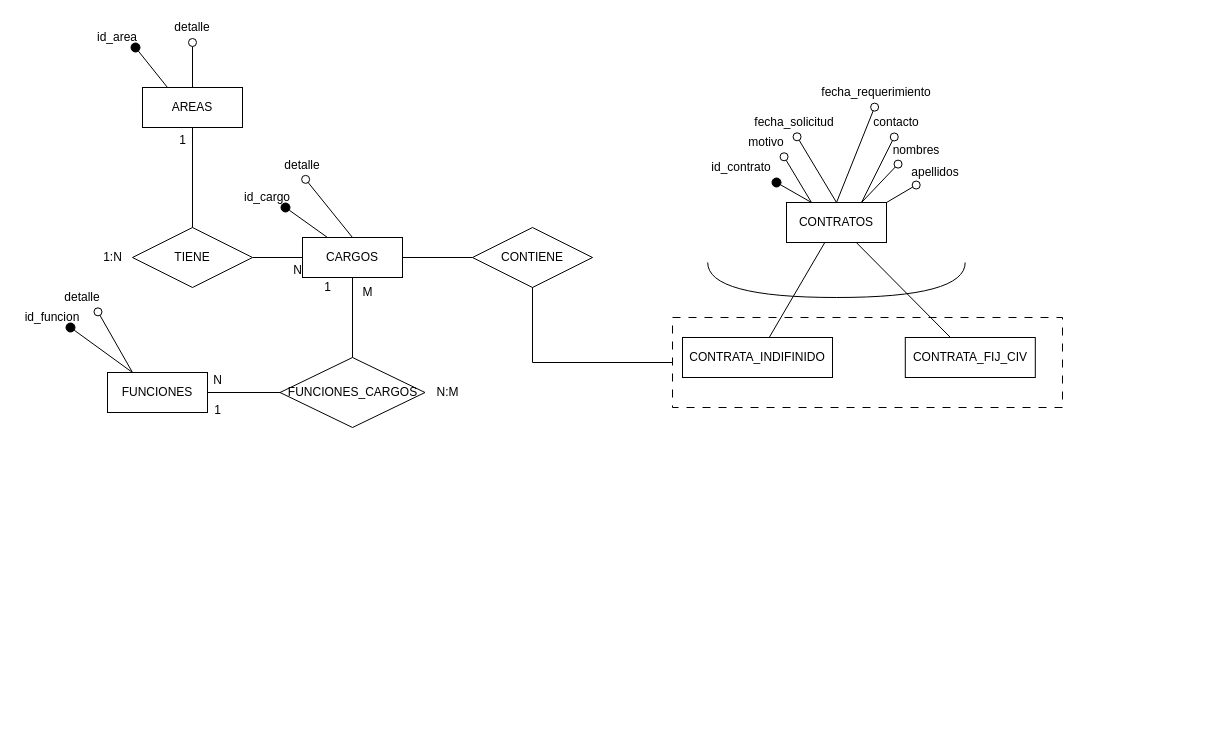
Before: Diagrama SRH.drawio in tomyivan/diagramas-DB, a draw.io diagram. Source tidied: cells renumbered, new cells numbered last; positions are measured from the earlier drawing's top-left corner, leaving out a move shared by most shapes. Both pictures are drawn from the tidied source at 100%, with x=0, y=0 at pixel (17, 17).
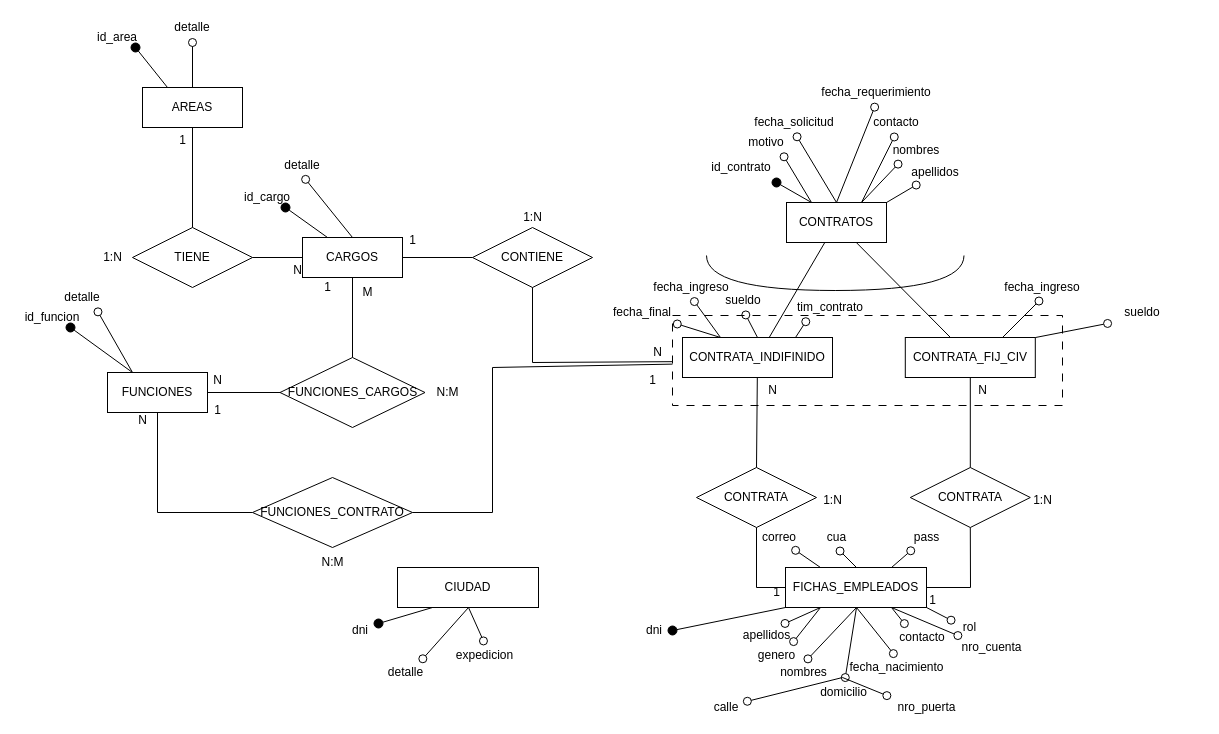
The same page after the edit.

The change refers to these unchanged cells:
```xml
<mxCell id="3" value="CONTRATA_INDIFINIDO" style="whiteSpace=wrap;html=1;align=center;" parent="1" vertex="1">
  <mxGeometry x="665" y="320" width="150" height="40" as="geometry" />
</mxCell>
<mxCell id="4" value="CONTRATA_FIJ_CIV" style="whiteSpace=wrap;html=1;align=center;" parent="1" vertex="1">
  <mxGeometry x="887.8" y="320" width="130" height="40" as="geometry" />
</mxCell>
<mxCell id="23" value="FUNCIONES" style="whiteSpace=wrap;html=1;align=center;" parent="1" vertex="1">
  <mxGeometry x="90" y="355" width="100" height="40" as="geometry" />
</mxCell>
```

Change to the diagram source:
```diff
@@
     <mxCell id="7" style="shape=requiredInterface;html=1;verticalLabelPosition=bottom;sketch=0;direction=south;" parent="1" vertex="1">
-      <mxGeometry x="690.2" y="245" width="257.5" height="35" as="geometry" />
+      <mxGeometry x="689" y="238" width="257.5" height="35" as="geometry" />
     </mxCell>
@@
     <mxCell id="51" style="whiteSpace=wrap;html=1;fillColor=none;dashed=1;dashPattern=8 8;" parent="1" vertex="1">
-      <mxGeometry x="655" y="300" width="390" height="90" as="geometry" />
+      <mxGeometry x="655" y="298" width="390" height="90" as="geometry" />
     </mxCell>
@@
+    <mxCell id="55" value="1" style="text;html=1;align=center;verticalAlign=middle;strokeColor=none;fillColor=none;" parent="1" vertex="1">
+      <mxGeometry x="380" y="208" width="30" height="30" as="geometry" />
+    </mxCell>
+    <mxCell id="56" value="N" style="text;html=1;align=center;verticalAlign=middle;strokeColor=none;fillColor=none;" parent="1" vertex="1">
+      <mxGeometry x="625" y="320" width="30" height="30" as="geometry" />
+    </mxCell>
+    <mxCell id="57" value="1:N" style="text;html=1;align=center;verticalAlign=middle;strokeColor=none;fillColor=none;" parent="1" vertex="1">
+      <mxGeometry x="495" y="185" width="40" height="30" as="geometry" />
+    </mxCell>
+    <mxCell id="58" value="fecha_ingreso" style="whiteSpace=wrap;html=1;align=center;strokeColor=none;fillColor=none;" parent="1" vertex="1">
+      <mxGeometry x="965" y="260" width="120" height="20" as="geometry" />
+    </mxCell>
+    <mxCell id="59" style="endArrow=circle;html=1;rounded=0;strokeColor=default;shadow=0;startFill=0;fillOpacity=100;endFill=0;snapToPoint=1;fixDash=1;backgroundOutline=1;comic=0;jiggle=1;enumerate=0;orthogonal=0;strokeOpacity=100;arcSize=210;startArrow=none;strokeWidth=1;startSize=0;endSize=3;" parent="1" edge="1" source="4" target="58">
+      <mxGeometry relative="1" as="geometry" />
+    </mxCell>
+    <mxCell id="60" style="endArrow=circle;html=1;rounded=0;strokeColor=default;shadow=0;startFill=0;fillOpacity=100;endFill=0;snapToPoint=1;fixDash=1;backgroundOutline=1;comic=0;jiggle=1;enumerate=0;orthogonal=0;strokeOpacity=100;arcSize=210;startArrow=none;strokeWidth=1;startSize=0;endSize=3;" parent="1" edge="1" source="4" target="61">
+      <mxGeometry relative="1" as="geometry" />
+    </mxCell>
+    <mxCell id="61" value="sueldo" style="whiteSpace=wrap;html=1;align=center;strokeColor=none;fillColor=none;" parent="1" vertex="1">
+      <mxGeometry x="1065" y="285" width="120" height="20" as="geometry" />
+    </mxCell>
+    <mxCell id="62" value="fecha_ingreso" style="whiteSpace=wrap;html=1;align=center;strokeColor=none;fillColor=none;" parent="1" vertex="1">
+      <mxGeometry x="629" y="260" width="90" height="20" as="geometry" />
+    </mxCell>
+    <mxCell id="63" value="sueldo" style="whiteSpace=wrap;html=1;align=center;strokeColor=none;fillColor=none;" parent="1" vertex="1">
+      <mxGeometry x="693" y="273" width="66" height="20" as="geometry" />
+    </mxCell>
+    <mxCell id="64" style="endArrow=circle;html=1;rounded=0;strokeColor=default;shadow=0;startFill=0;fillOpacity=100;endFill=0;snapToPoint=1;fixDash=1;backgroundOutline=1;comic=0;jiggle=1;enumerate=0;orthogonal=0;strokeOpacity=100;arcSize=210;startArrow=none;strokeWidth=1;startSize=0;endSize=3;" parent="1" edge="1" source="3" target="63">
+      <mxGeometry relative="1" as="geometry" />
+    </mxCell>
+    <mxCell id="65" style="endArrow=circle;html=1;rounded=0;strokeColor=default;shadow=0;startFill=0;fillOpacity=100;endFill=0;snapToPoint=1;fixDash=1;backgroundOutline=1;comic=0;jiggle=1;enumerate=0;orthogonal=0;strokeOpacity=100;arcSize=210;startArrow=none;strokeWidth=1;startSize=0;endSize=3;" parent="1" edge="1" source="3" target="62">
+      <mxGeometry relative="1" as="geometry" />
+    </mxCell>
+    <mxCell id="66" value="fecha_final" style="whiteSpace=wrap;html=1;align=center;strokeColor=none;fillColor=none;" parent="1" vertex="1">
+      <mxGeometry x="565" y="285" width="120" height="20" as="geometry" />
+    </mxCell>
+    <mxCell id="67" style="endArrow=circle;html=1;rounded=0;strokeColor=default;shadow=0;startFill=0;fillOpacity=100;endFill=0;snapToPoint=1;fixDash=1;backgroundOutline=1;comic=0;jiggle=1;enumerate=0;orthogonal=0;strokeOpacity=100;arcSize=210;startArrow=none;strokeWidth=1;startSize=0;endSize=3;" parent="1" edge="1" source="3" target="66">
+      <mxGeometry relative="1" as="geometry" />
+    </mxCell>
+    <mxCell id="68" value="tim_contrato" style="whiteSpace=wrap;html=1;align=center;strokeColor=none;fillColor=none;" parent="1" vertex="1">
+      <mxGeometry x="768" y="280" width="90" height="20" as="geometry" />
+    </mxCell>
+    <mxCell id="69" style="endArrow=circle;html=1;rounded=0;strokeColor=default;shadow=0;startFill=0;fillOpacity=100;endFill=0;snapToPoint=1;fixDash=1;backgroundOutline=1;comic=0;jiggle=1;enumerate=0;orthogonal=0;strokeOpacity=100;arcSize=210;startArrow=none;strokeWidth=1;startSize=0;endSize=3;" parent="1" edge="1" source="3" target="68">
+      <mxGeometry relative="1" as="geometry" />
+    </mxCell>
+    <mxCell id="70" value="FUNCIONES_CONTRATO" style="shape=rhombus;perimeter=rhombusPerimeter;whiteSpace=wrap;html=1;align=center;" parent="1" vertex="1">
+      <mxGeometry x="235" y="460" width="160" height="70" as="geometry" />
+    </mxCell>
+    <mxCell id="71" style="endArrow=none;html=1;rounded=0;entryX=0;entryY=0.5;entryDx=0;entryDy=0;" parent="1" edge="1" source="23" target="70">
+      <mxGeometry relative="1" as="geometry">
+        <Array as="points">
+          <mxPoint x="140" y="495" />
+        </Array>
+      </mxGeometry>
+    </mxCell>
+    <mxCell id="72" style="endArrow=none;html=1;rounded=0;exitX=1;exitY=0.5;exitDx=0;exitDy=0;" parent="1" edge="1" source="70" target="51">
+      <mxGeometry relative="1" as="geometry">
+        <Array as="points">
+          <mxPoint x="475" y="495" />
+          <mxPoint x="475" y="350" />
+        </Array>
+      </mxGeometry>
+    </mxCell>
+    <mxCell id="73" value="1" style="text;html=1;align=center;verticalAlign=middle;strokeColor=none;fillColor=none;" parent="1" vertex="1">
+      <mxGeometry x="620" y="348" width="30" height="30" as="geometry" />
+    </mxCell>
+    <mxCell id="74" value="N" style="text;html=1;align=center;verticalAlign=middle;strokeColor=none;fillColor=none;" parent="1" vertex="1">
+      <mxGeometry x="110" y="388" width="30" height="30" as="geometry" />
+    </mxCell>
+    <mxCell id="75" value="N:M" style="text;html=1;align=center;verticalAlign=middle;strokeColor=none;fillColor=none;" parent="1" vertex="1">
+      <mxGeometry x="290" y="530" width="50" height="30" as="geometry" />
+    </mxCell>
+    <mxCell id="76" value="FICHAS_EMPLEADOS" style="whiteSpace=wrap;html=1;align=center;" parent="1" vertex="1">
+      <mxGeometry x="768" y="550" width="141" height="40" as="geometry" />
+    </mxCell>
+    <mxCell id="77" value="CONTRATA" style="shape=rhombus;perimeter=rhombusPerimeter;whiteSpace=wrap;html=1;align=center;" parent="1" vertex="1">
+      <mxGeometry x="679" y="450" width="120" height="60" as="geometry" />
+    </mxCell>
+    <mxCell id="78" value="CONTRATA" style="shape=rhombus;perimeter=rhombusPerimeter;whiteSpace=wrap;html=1;align=center;" parent="1" vertex="1">
+      <mxGeometry x="892.8" y="450" width="120" height="60" as="geometry" />
+    </mxCell>
+    <mxCell id="79" style="endArrow=none;html=1;rounded=0;entryX=0.5;entryY=0;entryDx=0;entryDy=0;" parent="1" edge="1" source="3" target="77">
+      <mxGeometry relative="1" as="geometry" />
+    </mxCell>
+    <mxCell id="80" style="endArrow=none;html=1;rounded=0;entryX=0.5;entryY=0;entryDx=0;entryDy=0;" parent="1" edge="1" source="4" target="78">
+      <mxGeometry relative="1" as="geometry" />
+    </mxCell>
+    <mxCell id="81" style="endArrow=none;html=1;rounded=0;exitX=0.5;exitY=1;exitDx=0;exitDy=0;" parent="1" edge="1" source="78" target="76">
+      <mxGeometry relative="1" as="geometry">
+        <Array as="points">
+          <mxPoint x="953" y="570" />
+        </Array>
+      </mxGeometry>
+    </mxCell>
+    <mxCell id="82" style="endArrow=none;html=1;rounded=0;exitX=0.5;exitY=1;exitDx=0;exitDy=0;" parent="1" edge="1" source="77" target="76">
+      <mxGeometry relative="1" as="geometry">
+        <Array as="points">
+          <mxPoint x="739" y="570" />
+        </Array>
+      </mxGeometry>
+    </mxCell>
+    <mxCell id="83" value="1" style="text;html=1;align=center;verticalAlign=middle;strokeColor=none;fillColor=none;" parent="1" vertex="1">
+      <mxGeometry x="744" y="560" width="30" height="30" as="geometry" />
+    </mxCell>
+    <mxCell id="84" value="N" style="text;html=1;align=center;verticalAlign=middle;strokeColor=none;fillColor=none;" parent="1" vertex="1">
+      <mxGeometry x="740" y="358" width="30" height="30" as="geometry" />
+    </mxCell>
+    <mxCell id="85" value="1" style="text;html=1;align=center;verticalAlign=middle;strokeColor=none;fillColor=none;" parent="1" vertex="1">
+      <mxGeometry x="900" y="568" width="30" height="30" as="geometry" />
+    </mxCell>
+    <mxCell id="86" value="N" style="text;html=1;align=center;verticalAlign=middle;strokeColor=none;fillColor=none;" parent="1" vertex="1">
+      <mxGeometry x="950" y="358" width="30" height="30" as="geometry" />
+    </mxCell>
+    <mxCell id="87" value="1:N" style="text;html=1;align=center;verticalAlign=middle;strokeColor=none;fillColor=none;" parent="1" vertex="1">
+      <mxGeometry x="1005" y="468" width="40" height="30" as="geometry" />
+    </mxCell>
+    <mxCell id="88" value="1:N" style="text;html=1;align=center;verticalAlign=middle;strokeColor=none;fillColor=none;" parent="1" vertex="1">
+      <mxGeometry x="795" y="468" width="40" height="30" as="geometry" />
+    </mxCell>
+    <mxCell id="89" style="endArrow=circle;html=1;rounded=0;strokeColor=default;shadow=0;startFill=0;fillOpacity=100;endFill=0;snapToPoint=1;fixDash=1;backgroundOutline=1;comic=0;jiggle=1;enumerate=0;orthogonal=0;strokeOpacity=100;arcSize=210;startArrow=none;strokeWidth=1;startSize=0;endSize=3;" parent="1" edge="1" source="76" target="92">
+      <mxGeometry relative="1" as="geometry" />
+    </mxCell>
+    <mxCell id="90" value="apellidos" style="whiteSpace=wrap;html=1;align=center;strokeColor=none;fillColor=none;" parent="1" vertex="1">
+      <mxGeometry x="721.5" y="608" width="55" height="20" as="geometry" />
+    </mxCell>
+    <mxCell id="91" style="endArrow=circle;html=1;rounded=0;strokeColor=default;shadow=0;startFill=0;fillOpacity=100;endFill=0;snapToPoint=1;fixDash=1;backgroundOutline=1;comic=0;jiggle=1;enumerate=0;orthogonal=0;strokeOpacity=100;arcSize=210;startArrow=none;strokeWidth=1;startSize=0;endSize=3;" parent="1" edge="1" source="76" target="90">
+      <mxGeometry relative="1" as="geometry" />
+    </mxCell>
+    <mxCell id="92" value="nombres" style="whiteSpace=wrap;html=1;align=center;strokeColor=none;fillColor=none;" parent="1" vertex="1">
+      <mxGeometry x="759" y="645" width="55" height="20" as="geometry" />
+    </mxCell>
+    <mxCell id="93" style="endArrow=none;html=1;rounded=0;shadow=0;startFill=1;fillOpacity=100;endFill=1;snapToPoint=1;fixDash=1;backgroundOutline=1;comic=0;jiggle=1;enumerate=0;orthogonal=0;strokeOpacity=100;arcSize=210;startArrow=oval;strokeWidth=1;startSize=9;" parent="1" edge="1" source="94" target="76">
+      <mxGeometry relative="1" as="geometry" />
+    </mxCell>
+    <mxCell id="94" value="dni" style="whiteSpace=wrap;html=1;align=center;strokeColor=none;fillColor=none;" parent="1" vertex="1">
+      <mxGeometry x="619" y="598" width="36" height="30" as="geometry" />
+    </mxCell>
+    <mxCell id="95" value="fecha_nacimiento" style="whiteSpace=wrap;html=1;align=center;strokeColor=none;fillColor=none;" parent="1" vertex="1">
+      <mxGeometry x="831.5" y="640" width="95" height="20" as="geometry" />
+    </mxCell>
+    <mxCell id="96" style="endArrow=circle;html=1;rounded=0;strokeColor=default;shadow=0;startFill=0;fillOpacity=100;endFill=0;snapToPoint=1;fixDash=1;backgroundOutline=1;comic=0;jiggle=1;enumerate=0;orthogonal=0;strokeOpacity=100;arcSize=210;startArrow=none;strokeWidth=1;startSize=0;endSize=3;" parent="1" edge="1" source="76" target="95">
+      <mxGeometry relative="1" as="geometry" />
+    </mxCell>
+    <mxCell id="97" value="genero" style="whiteSpace=wrap;html=1;align=center;strokeColor=none;fillColor=none;" parent="1" vertex="1">
+      <mxGeometry x="731.5" y="628" width="55" height="20" as="geometry" />
+    </mxCell>
+    <mxCell id="98" style="endArrow=circle;html=1;rounded=0;strokeColor=default;shadow=0;startFill=0;fillOpacity=100;endFill=0;snapToPoint=1;fixDash=1;backgroundOutline=1;comic=0;jiggle=1;enumerate=0;orthogonal=0;strokeOpacity=100;arcSize=210;startArrow=none;strokeWidth=1;startSize=0;endSize=3;" parent="1" edge="1" source="76" target="97">
+      <mxGeometry relative="1" as="geometry" />
+    </mxCell>
+    <mxCell id="99" value="domicilio" style="whiteSpace=wrap;html=1;align=center;strokeColor=none;fillColor=none;" parent="1" vertex="1">
+      <mxGeometry x="779" y="665" width="95" height="20" as="geometry" />
+    </mxCell>
+    <mxCell id="100" style="endArrow=circle;html=1;rounded=0;strokeColor=default;shadow=0;startFill=0;fillOpacity=100;endFill=0;snapToPoint=1;fixDash=1;backgroundOutline=1;comic=0;jiggle=1;enumerate=0;orthogonal=0;strokeOpacity=100;arcSize=210;startArrow=none;strokeWidth=1;startSize=0;endSize=3;" parent="1" edge="1" source="76" target="99">
+      <mxGeometry relative="1" as="geometry" />
+    </mxCell>
+    <mxCell id="101" style="endArrow=circle;html=1;rounded=0;strokeColor=default;shadow=0;startFill=0;fillOpacity=100;endFill=0;snapToPoint=1;fixDash=1;backgroundOutline=1;comic=0;jiggle=1;enumerate=0;orthogonal=0;strokeOpacity=100;arcSize=210;startArrow=none;strokeWidth=1;startSize=0;endSize=3;" parent="1" edge="1" target="103">
+      <mxGeometry relative="1" as="geometry">
+        <mxPoint x="825" y="660" as="sourcePoint" />
+      </mxGeometry>
+    </mxCell>
+    <mxCell id="102" style="endArrow=circle;html=1;rounded=0;strokeColor=default;shadow=0;startFill=0;fillOpacity=100;endFill=0;snapToPoint=1;fixDash=1;backgroundOutline=1;comic=0;jiggle=1;enumerate=0;orthogonal=0;strokeOpacity=100;arcSize=210;startArrow=none;strokeWidth=1;startSize=0;endSize=3;" parent="1" edge="1" target="104">
+      <mxGeometry relative="1" as="geometry">
+        <mxPoint x="825" y="660" as="sourcePoint" />
+      </mxGeometry>
+    </mxCell>
+    <mxCell id="103" value="calle" style="whiteSpace=wrap;html=1;align=center;strokeColor=none;fillColor=none;" parent="1" vertex="1">
+      <mxGeometry x="693" y="680" width="32" height="20" as="geometry" />
+    </mxCell>
+    <mxCell id="104" value="nro_puerta" style="whiteSpace=wrap;html=1;align=center;strokeColor=none;fillColor=none;" parent="1" vertex="1">
+      <mxGeometry x="874" y="680" width="71" height="20" as="geometry" />
+    </mxCell>
+    <mxCell id="105" value="contacto" style="whiteSpace=wrap;html=1;align=center;strokeColor=none;fillColor=none;" parent="1" vertex="1">
+      <mxGeometry x="874" y="610" width="62.2" height="20" as="geometry" />
+    </mxCell>
+    <mxCell id="106" style="endArrow=circle;html=1;rounded=0;strokeColor=default;shadow=0;startFill=0;fillOpacity=100;endFill=0;snapToPoint=1;fixDash=1;backgroundOutline=1;comic=0;jiggle=1;enumerate=0;orthogonal=0;strokeOpacity=100;arcSize=210;startArrow=none;strokeWidth=1;startSize=0;endSize=3;" parent="1" edge="1" source="76" target="105">
+      <mxGeometry relative="1" as="geometry" />
+    </mxCell>
+    <mxCell id="107" value="correo" style="whiteSpace=wrap;html=1;align=center;strokeColor=none;fillColor=none;" parent="1" vertex="1">
+      <mxGeometry x="736.5" y="510" width="50" height="20" as="geometry" />
+    </mxCell>
+    <mxCell id="108" style="endArrow=circle;html=1;rounded=0;strokeColor=default;shadow=0;startFill=0;fillOpacity=100;endFill=0;snapToPoint=1;fixDash=1;backgroundOutline=1;comic=0;jiggle=1;enumerate=0;orthogonal=0;strokeOpacity=100;arcSize=210;startArrow=none;strokeWidth=1;startSize=0;endSize=3;" parent="1" edge="1" source="76" target="107">
+      <mxGeometry relative="1" as="geometry" />
+    </mxCell>
+    <mxCell id="109" value="nro_cuenta" style="whiteSpace=wrap;html=1;align=center;strokeColor=none;fillColor=none;" parent="1" vertex="1">
+      <mxGeometry x="945" y="620" width="58.8" height="20" as="geometry" />
+    </mxCell>
+    <mxCell id="110" style="endArrow=circle;html=1;rounded=0;strokeColor=default;shadow=0;startFill=0;fillOpacity=100;endFill=0;snapToPoint=1;fixDash=1;backgroundOutline=1;comic=0;jiggle=1;enumerate=0;orthogonal=0;strokeOpacity=100;arcSize=210;startArrow=none;strokeWidth=1;startSize=0;endSize=3;" parent="1" edge="1" source="76" target="109">
+      <mxGeometry relative="1" as="geometry" />
+    </mxCell>
+    <mxCell id="111" value="cua" style="whiteSpace=wrap;html=1;align=center;strokeColor=none;fillColor=none;" parent="1" vertex="1">
+      <mxGeometry x="799.6" y="510" width="38.8" height="20" as="geometry" />
+    </mxCell>
+    <mxCell id="112" style="endArrow=circle;html=1;rounded=0;strokeColor=default;shadow=0;startFill=0;fillOpacity=100;endFill=0;snapToPoint=1;fixDash=1;backgroundOutline=1;comic=0;jiggle=1;enumerate=0;orthogonal=0;strokeOpacity=100;arcSize=210;startArrow=none;strokeWidth=1;startSize=0;endSize=3;" parent="1" edge="1" source="76" target="111">
+      <mxGeometry relative="1" as="geometry" />
+    </mxCell>
+    <mxCell id="113" value="pass" style="whiteSpace=wrap;html=1;align=center;strokeColor=none;fillColor=none;" parent="1" vertex="1">
+      <mxGeometry x="884" y="510" width="51" height="20" as="geometry" />
+    </mxCell>
+    <mxCell id="114" style="endArrow=circle;html=1;rounded=0;strokeColor=default;shadow=0;startFill=0;fillOpacity=100;endFill=0;snapToPoint=1;fixDash=1;backgroundOutline=1;comic=0;jiggle=1;enumerate=0;orthogonal=0;strokeOpacity=100;arcSize=210;startArrow=none;strokeWidth=1;startSize=0;endSize=3;" parent="1" edge="1" source="76" target="113">
+      <mxGeometry relative="1" as="geometry" />
+    </mxCell>
+    <mxCell id="115" value="rol" style="whiteSpace=wrap;html=1;align=center;strokeColor=none;fillColor=none;" parent="1" vertex="1">
+      <mxGeometry x="938.4" y="600" width="28.8" height="20" as="geometry" />
+    </mxCell>
+    <mxCell id="116" style="endArrow=circle;html=1;rounded=0;strokeColor=default;shadow=0;startFill=0;fillOpacity=100;endFill=0;snapToPoint=1;fixDash=1;backgroundOutline=1;comic=0;jiggle=1;enumerate=0;orthogonal=0;strokeOpacity=100;arcSize=210;startArrow=none;strokeWidth=1;startSize=0;endSize=3;" parent="1" edge="1" source="76" target="115">
+      <mxGeometry relative="1" as="geometry" />
+    </mxCell>
+    <mxCell id="117" value="CIUDAD" style="whiteSpace=wrap;html=1;align=center;" parent="1" vertex="1">
+      <mxGeometry x="380" y="550" width="141" height="40" as="geometry" />
+    </mxCell>
+    <mxCell id="118" style="endArrow=none;html=1;rounded=0;shadow=0;startFill=1;fillOpacity=100;endFill=1;snapToPoint=1;fixDash=1;backgroundOutline=1;comic=0;jiggle=1;enumerate=0;orthogonal=0;strokeOpacity=100;arcSize=210;startArrow=oval;strokeWidth=1;startSize=9;" parent="1" edge="1" source="122" target="117">
+      <mxGeometry relative="1" as="geometry" />
+    </mxCell>
+    <mxCell id="119" style="endArrow=circle;html=1;rounded=0;strokeColor=default;shadow=0;startFill=0;fillOpacity=100;endFill=0;snapToPoint=1;fixDash=1;backgroundOutline=1;comic=0;jiggle=1;enumerate=0;orthogonal=0;strokeOpacity=100;arcSize=210;startArrow=none;strokeWidth=1;startSize=0;endSize=3;" parent="1" edge="1" source="117" target="123">
+      <mxGeometry relative="1" as="geometry" />
+    </mxCell>
+    <mxCell id="120" style="endArrow=circle;html=1;rounded=0;strokeColor=default;shadow=0;startFill=0;fillOpacity=100;endFill=0;snapToPoint=1;fixDash=1;backgroundOutline=1;comic=0;jiggle=1;enumerate=0;orthogonal=0;strokeOpacity=100;arcSize=210;startArrow=none;strokeWidth=1;startSize=0;endSize=3;" parent="1" edge="1" source="117" target="121">
+      <mxGeometry relative="1" as="geometry" />
+    </mxCell>
+    <mxCell id="121" value="detalle" style="whiteSpace=wrap;html=1;align=center;strokeColor=none;fillColor=none;" parent="1" vertex="1">
+      <mxGeometry x="360.5" y="645" width="55" height="20" as="geometry" />
+    </mxCell>
+    <mxCell id="122" value="dni" style="whiteSpace=wrap;html=1;align=center;strokeColor=none;fillColor=none;" parent="1" vertex="1">
+      <mxGeometry x="325" y="598" width="36" height="30" as="geometry" />
+    </mxCell>
+    <mxCell id="123" value="expedicion" style="whiteSpace=wrap;html=1;align=center;strokeColor=none;fillColor=none;" parent="1" vertex="1">
+      <mxGeometry x="440" y="628" width="55" height="20" as="geometry" />
+    </mxCell>
```
